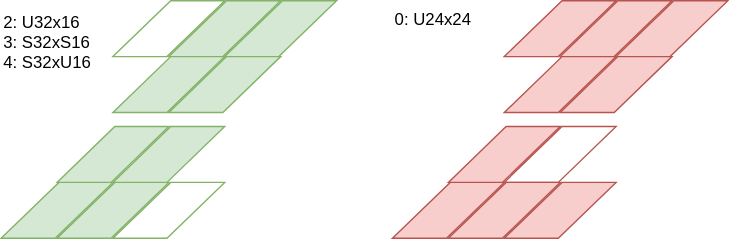
Above: dsp/dsp.svg in tom01h/ArirhmeticBasic (draw.io), before the change. Source tidied: cells renumbered, new cells last; positions are measured from the earlier drawing's top-left corner, leaving out a move shared by most shapes.
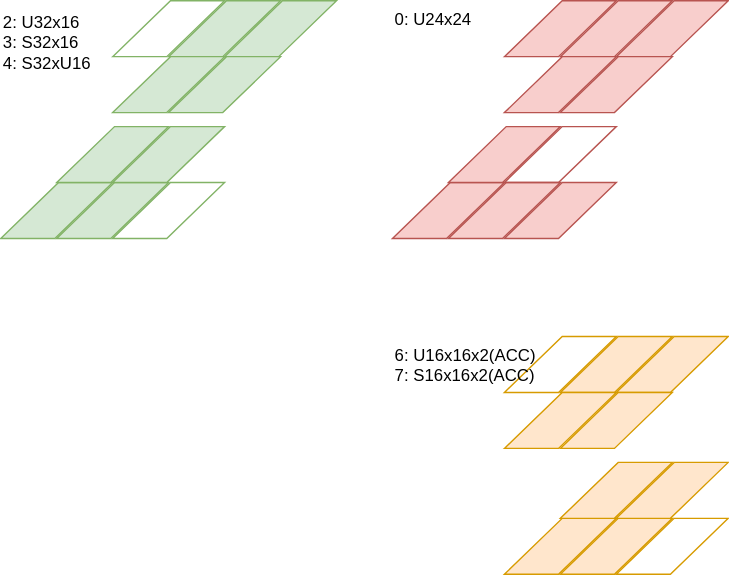
Above is the later version.

The edit, as a diff of the source:
```diff
@@ -62,11 +62,44 @@
     <mxCell id="21" style="shape=parallelogram;perimeter=parallelogramPerimeter;whiteSpace=wrap;html=1;size=0.5166666666666667;fillColor=#d5e8d4;strokeColor=#82b366;" parent="1" vertex="1">
       <mxGeometry x="80" y="90" width="80" height="40" as="geometry" />
     </mxCell>
-    <mxCell id="22" value="0: U24x24&lt;br&gt;" style="text;html=1;strokeColor=none;fillColor=none;align=left;verticalAlign=top;whiteSpace=wrap;rounded=0;" parent="1" vertex="1">
-      <mxGeometry x="280" width="80" height="20" as="geometry" />
+    <mxCell id="22" style="shape=parallelogram;perimeter=parallelogramPerimeter;whiteSpace=wrap;html=1;size=0.5166666666666667;fillColor=#ffe6cc;strokeColor=#d79b00;" parent="1" vertex="1">
+      <mxGeometry x="440" y="240" width="80" height="40" as="geometry" />
     </mxCell>
-    <mxCell id="23" value="2: U32x16&lt;br&gt;3: S32xS16&lt;br&gt;4: S32xU16&lt;br&gt;" style="text;html=1;strokeColor=none;fillColor=none;align=left;verticalAlign=top;whiteSpace=wrap;rounded=0;" parent="1" vertex="1">
-      <mxGeometry y="2" width="80" height="48" as="geometry" />
+    <mxCell id="23" style="shape=parallelogram;perimeter=parallelogramPerimeter;whiteSpace=wrap;html=1;size=0.5166666666666667;fillColor=#ffe6cc;strokeColor=#d79b00;" parent="1" vertex="1">
+      <mxGeometry x="400" y="240" width="80" height="40" as="geometry" />
     </mxCell>
+    <mxCell id="24" style="shape=parallelogram;perimeter=parallelogramPerimeter;whiteSpace=wrap;html=1;size=0.5166666666666667;fillColor=none;strokeColor=#d79b00;" parent="1" vertex="1">
+      <mxGeometry x="360" y="240" width="80" height="40" as="geometry" />
+    </mxCell>
+    <mxCell id="25" style="shape=parallelogram;perimeter=parallelogramPerimeter;whiteSpace=wrap;html=1;size=0.5166666666666667;fillColor=#ffe6cc;strokeColor=#d79b00;" parent="1" vertex="1">
+      <mxGeometry x="360" y="280" width="80" height="40" as="geometry" />
+    </mxCell>
+    <mxCell id="26" style="shape=parallelogram;perimeter=parallelogramPerimeter;whiteSpace=wrap;html=1;size=0.5166666666666667;fillColor=#ffe6cc;strokeColor=#d79b00;" parent="1" vertex="1">
+      <mxGeometry x="400" y="280" width="80" height="40" as="geometry" />
+    </mxCell>
+    <mxCell id="27" style="shape=parallelogram;perimeter=parallelogramPerimeter;whiteSpace=wrap;html=1;size=0.5166666666666667;fillColor=none;strokeColor=#d79b00;" parent="1" vertex="1">
+      <mxGeometry x="440" y="370" width="80" height="40" as="geometry" />
+    </mxCell>
+    <mxCell id="28" style="shape=parallelogram;perimeter=parallelogramPerimeter;whiteSpace=wrap;html=1;size=0.5166666666666667;fillColor=#ffe6cc;strokeColor=#d79b00;" parent="1" vertex="1">
+      <mxGeometry x="400" y="370" width="80" height="40" as="geometry" />
+    </mxCell>
+    <mxCell id="29" style="shape=parallelogram;perimeter=parallelogramPerimeter;whiteSpace=wrap;html=1;size=0.5166666666666667;fillColor=#ffe6cc;strokeColor=#d79b00;" parent="1" vertex="1">
+      <mxGeometry x="360" y="370" width="80" height="40" as="geometry" />
+    </mxCell>
+    <mxCell id="30" style="shape=parallelogram;perimeter=parallelogramPerimeter;whiteSpace=wrap;html=1;size=0.5166666666666667;fillColor=#ffe6cc;strokeColor=#d79b00;" parent="1" vertex="1">
+      <mxGeometry x="400" y="330" width="80" height="40" as="geometry" />
+    </mxCell>
+    <mxCell id="31" style="shape=parallelogram;perimeter=parallelogramPerimeter;whiteSpace=wrap;html=1;size=0.5166666666666667;fillColor=#ffe6cc;strokeColor=#d79b00;" parent="1" vertex="1">
+      <mxGeometry x="440" y="330" width="80" height="40" as="geometry" />
+    </mxCell>
+    <mxCell id="32" value="0: U24x24&lt;br&gt;" style="text;html=1;strokeColor=none;fillColor=none;align=left;verticalAlign=top;whiteSpace=wrap;rounded=0;" parent="1" vertex="1">
+      <mxGeometry x="280" width="80" height="20" as="geometry" />
+    </mxCell>
+    <mxCell id="33" value="2: U32x16&lt;br&gt;3: S32x16&lt;br&gt;4: S32xU16&lt;br&gt;" style="text;html=1;strokeColor=none;fillColor=none;align=left;verticalAlign=top;whiteSpace=wrap;rounded=0;" parent="1" vertex="1">
+      <mxGeometry y="2" width="80" height="48" as="geometry" />
+    </mxCell>
+    <mxCell id="34" value="6: U16x16x2(ACC)&lt;br&gt;7&lt;span&gt;: S16x16x2(ACC)&lt;/span&gt;&lt;br&gt;" style="text;html=1;strokeColor=none;fillColor=none;align=left;verticalAlign=top;whiteSpace=wrap;rounded=0;" parent="1" vertex="1">
+      <mxGeometry x="280" y="240" width="110" height="48" as="geometry" />
+    </mxCell>
   </root>
 </mxGraphModel>
```
